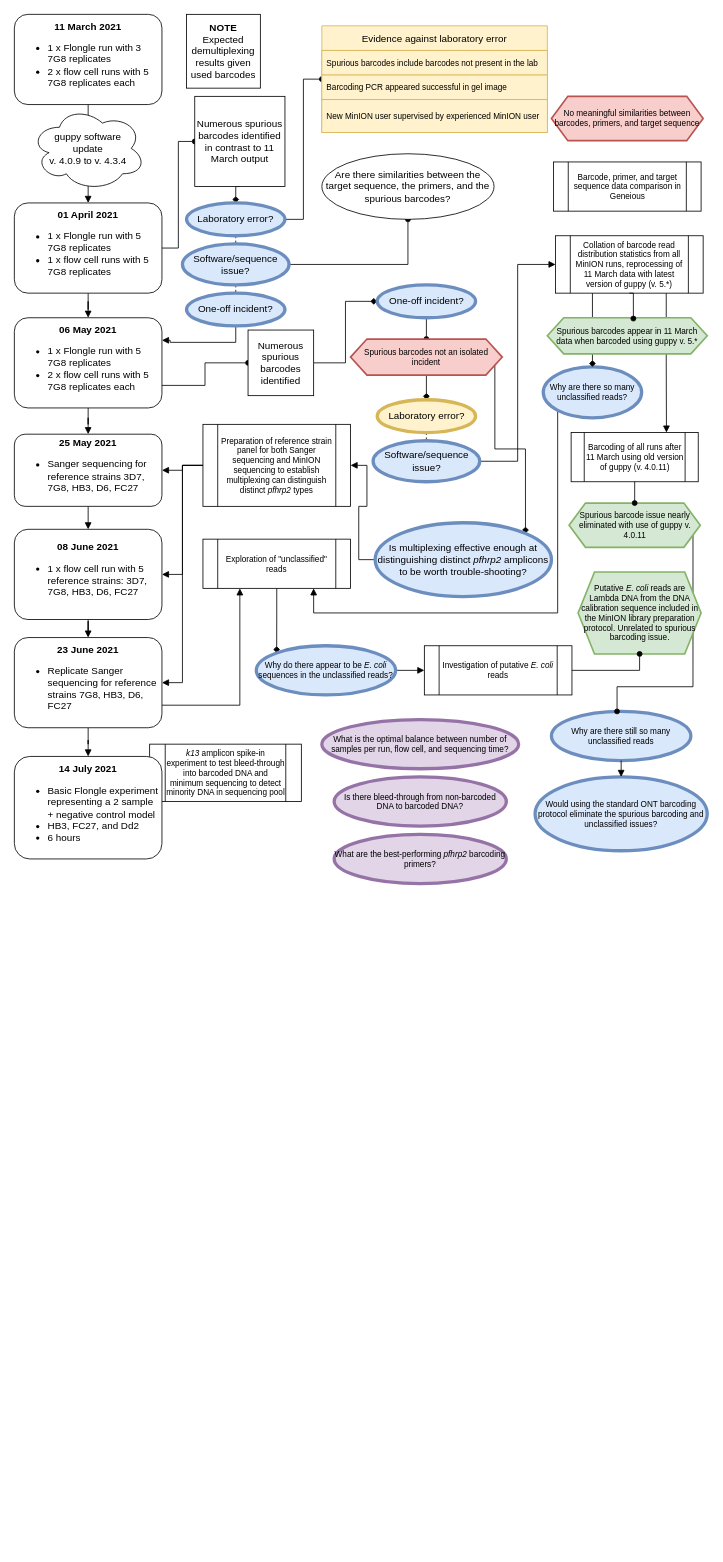
The draw.io diagram 4-reporting/project_decision_tree.drawio in sjsabin/minion_hrp2_project, before the edit. Source tidied: cells renumbered, new cells numbered last; positions are measured from the earlier drawing's top-left corner, leaving out a move shared by most shapes. Both pictures are drawn from the tidied source at 82%, with x=0, y=0 at pixel (14, 14).
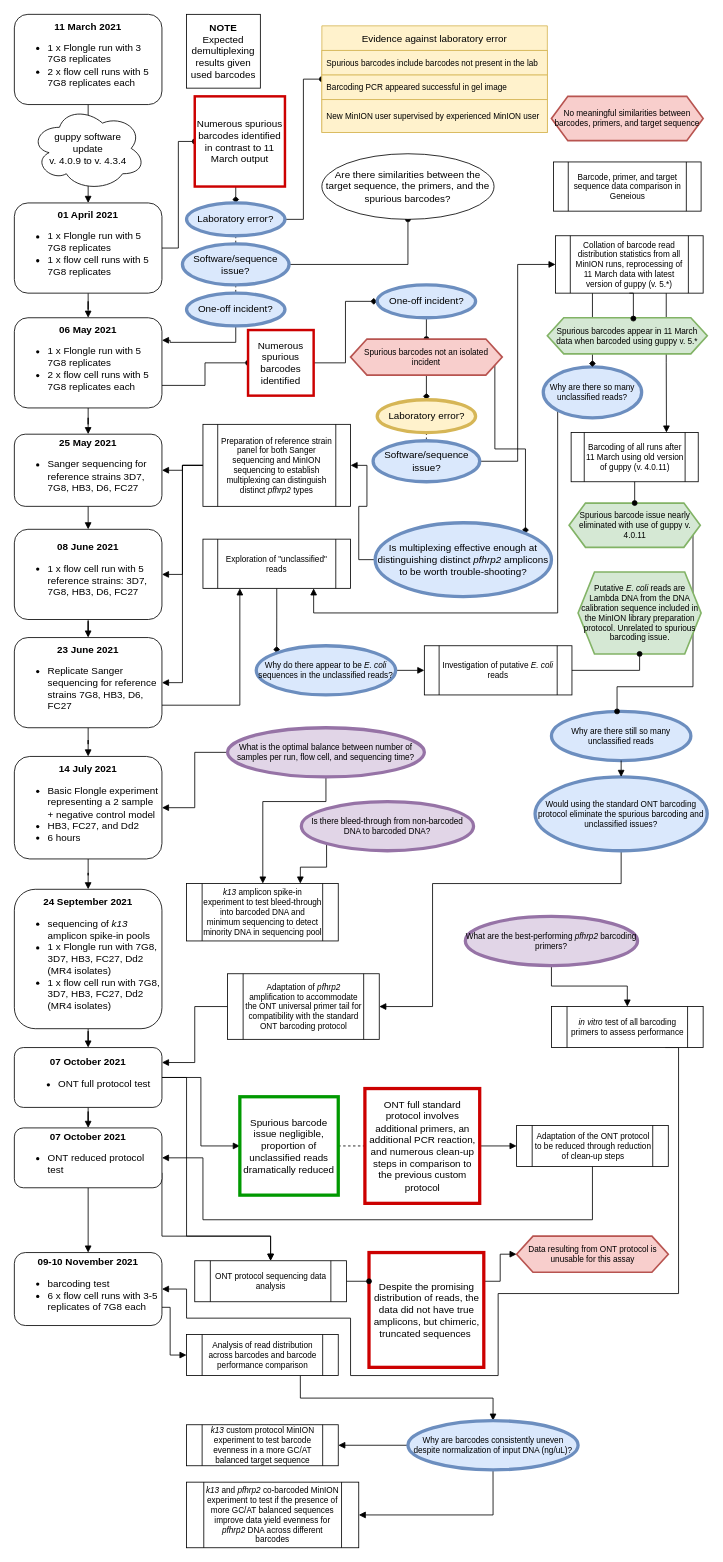
Above is the later version.

Unchanged cells that the change refers to:
```xml
<mxCell id="72" value="Would using the standard ONT barcoding protocol eliminate the spurious barcoding and unclassified issues?" style="ellipse;whiteSpace=wrap;html=1;fontSize=10;fillColor=#dae8fc;strokeColor=#6c8ebf;strokeWidth=4;" parent="1" vertex="1">
  <mxGeometry x="635" y="930" width="210" height="90" as="geometry" />
</mxCell>
<mxCell id="78" value="&lt;div&gt;&lt;b&gt;14 July 2021&lt;/b&gt;&lt;/div&gt;&lt;div align=&quot;left&quot;&gt;&lt;ul&gt;&lt;li&gt;Basic Flongle experiment representing a 2 sample + negative control model&lt;/li&gt;&lt;li&gt;HB3, FC27, and Dd2&lt;/li&gt;&lt;li&gt;6 hours&lt;br&gt;&lt;/li&gt;&lt;/ul&gt;&lt;/div&gt;" style="rounded=1;whiteSpace=wrap;html=1;" parent="1" vertex="1">
  <mxGeometry y="905" width="180" height="125" as="geometry" />
</mxCell>
```

What changed in the source:
```diff
@@
-    <mxCell id="11" value="Numerous spurious barcodes identified in contrast to 11 March output" style="whiteSpace=wrap;html=1;" parent="1" vertex="1">
+    <mxCell id="11" value="Numerous spurious barcodes identified in contrast to 11 March output" style="whiteSpace=wrap;html=1;strokeWidth=3;strokeColor=#CC0000;" parent="1" vertex="1">
       <mxGeometry x="220" y="100" width="110" height="110" as="geometry" />
     </mxCell>
@@
-    <mxCell id="39" value="&lt;div&gt;Numerous spurious barcodes identified &lt;br&gt;&lt;/div&gt;" style="whiteSpace=wrap;html=1;" parent="1" vertex="1">
+    <mxCell id="39" value="&lt;div&gt;Numerous spurious barcodes identified &lt;br&gt;&lt;/div&gt;" style="whiteSpace=wrap;html=1;strokeColor=#CC0000;strokeWidth=3;" parent="1" vertex="1">
       <mxGeometry x="285" y="385" width="80" height="80" as="geometry" />
     </mxCell>
@@
+    <mxCell id="79" style="edgeStyle=orthogonalEdgeStyle;rounded=0;jettySize=auto;html=1;exitX=0.5;exitY=1;exitDx=0;exitDy=0;entryX=1;entryY=0.5;entryDx=0;entryDy=0;fontSize=10;endArrow=block;endFill=1;" parent="1" edge="1" source="72" target="101">
+      <mxGeometry relative="1" as="geometry">
+        <Array as="points">
+          <mxPoint x="740" y="1060" />
+          <mxPoint x="510" y="1060" />
+          <mxPoint x="510" y="1210" />
+        </Array>
+      </mxGeometry>
+    </mxCell>
@@
+    <mxCell id="80" style="edgeStyle=orthogonalEdgeStyle;rounded=0;jettySize=auto;html=1;exitX=0.5;exitY=1;exitDx=0;exitDy=0;fontSize=10;endArrow=block;endFill=1;" parent="1" edge="1" source="74" target="77">
+      <mxGeometry relative="1" as="geometry">
+        <Array as="points">
+          <mxPoint x="380" y="960" />
+          <mxPoint x="303" y="960" />
+        </Array>
+      </mxGeometry>
+    </mxCell>
+    <mxCell id="81" style="edgeStyle=orthogonalEdgeStyle;rounded=0;jettySize=auto;html=1;exitX=0;exitY=0.5;exitDx=0;exitDy=0;entryX=1;entryY=0.5;entryDx=0;entryDy=0;fontSize=10;endArrow=block;endFill=1;" parent="1" edge="1" source="74" target="78">
+      <mxGeometry relative="1" as="geometry" />
+    </mxCell>
     <mxCell id="74" value="What is the optimal balance between number of samples per run, flow cell, and sequencing time?" style="ellipse;whiteSpace=wrap;html=1;fontSize=10;fillColor=#e1d5e7;strokeColor=#9673a6;strokeWidth=4;" parent="1" vertex="1">
-      <mxGeometry x="375" y="860" width="240" height="60" as="geometry" />
+      <mxGeometry x="260" y="870" width="240" height="60" as="geometry" />
     </mxCell>
+    <mxCell id="82" style="edgeStyle=orthogonalEdgeStyle;rounded=0;jettySize=auto;html=1;exitX=0;exitY=1;exitDx=0;exitDy=0;entryX=0.75;entryY=0;entryDx=0;entryDy=0;fontSize=10;endArrow=block;endFill=1;" parent="1" edge="1" source="75" target="77">
+      <mxGeometry relative="1" as="geometry" />
+    </mxCell>
     <mxCell id="75" value="Is there bleed-through from non-barcoded DNA to barcoded DNA?" style="ellipse;whiteSpace=wrap;html=1;fontSize=10;fillColor=#e1d5e7;strokeColor=#9673a6;strokeWidth=4;" parent="1" vertex="1">
-      <mxGeometry x="390" y="930" width="210" height="60" as="geometry" />
+      <mxGeometry x="350" y="960" width="210" height="60" as="geometry" />
     </mxCell>
+    <mxCell id="83" style="edgeStyle=orthogonalEdgeStyle;rounded=0;jettySize=auto;html=1;exitX=0.5;exitY=1;exitDx=0;exitDy=0;entryX=0.5;entryY=0;entryDx=0;entryDy=0;fontSize=10;endArrow=block;endFill=1;" parent="1" edge="1" source="76" target="86">
+      <mxGeometry relative="1" as="geometry" />
+    </mxCell>
     <mxCell id="76" value="What are the best-performing &lt;i&gt;pfhrp2 &lt;/i&gt;barcoding primers?" style="ellipse;whiteSpace=wrap;html=1;fontSize=10;fillColor=#e1d5e7;strokeColor=#9673a6;strokeWidth=4;" parent="1" vertex="1">
-      <mxGeometry x="390" y="1000" width="210" height="60" as="geometry" />
+      <mxGeometry x="550" y="1100" width="210" height="60" as="geometry" />
     </mxCell>
     <mxCell id="77" value="&lt;i&gt;k13 &lt;/i&gt;amplicon spike-in experiment to test bleed-through into barcoded DNA and minimum sequencing to detect minority DNA in sequencing pool " style="shape=process;whiteSpace=wrap;html=1;backgroundOutline=1;fontSize=10;" parent="1" vertex="1">
-      <mxGeometry x="165" y="890" width="185" height="70" as="geometry" />
+      <mxGeometry x="210" y="1060" width="185" height="70" as="geometry" />
     </mxCell>
+    <mxCell id="84" style="edgeStyle=orthogonalEdgeStyle;rounded=0;jettySize=auto;html=1;fontSize=10;endArrow=block;endFill=1;" parent="1" edge="1" source="78" target="88">
+      <mxGeometry relative="1" as="geometry" />
+    </mxCell>
@@
+    <mxCell id="85" style="edgeStyle=orthogonalEdgeStyle;rounded=0;jettySize=auto;html=1;exitX=0.75;exitY=1;exitDx=0;exitDy=0;entryX=1;entryY=0.5;entryDx=0;entryDy=0;fontSize=10;endArrow=block;endFill=1;" parent="1" edge="1" source="86" target="109">
+      <mxGeometry relative="1" as="geometry">
+        <Array as="points">
+          <mxPoint x="810" y="1260" />
+          <mxPoint x="810" y="1560" />
+          <mxPoint x="590" y="1560" />
+          <mxPoint x="590" y="1660" />
+          <mxPoint x="410" y="1660" />
+          <mxPoint x="410" y="1590" />
+          <mxPoint x="210" y="1590" />
+          <mxPoint x="210" y="1555" />
+        </Array>
+      </mxGeometry>
+    </mxCell>
+    <mxCell id="86" value="&lt;i&gt;in vitro &lt;/i&gt;test of all barcoding primers to assess performance&lt;br&gt;&lt;i&gt;&lt;/i&gt;" style="shape=process;whiteSpace=wrap;html=1;backgroundOutline=1;fontSize=10;" parent="1" vertex="1">
+      <mxGeometry x="655" y="1210" width="185" height="50" as="geometry" />
+    </mxCell>
+    <mxCell id="87" style="edgeStyle=orthogonalEdgeStyle;rounded=0;jettySize=auto;html=1;fontSize=10;endArrow=block;endFill=1;" parent="1" edge="1" source="88" target="92">
+      <mxGeometry relative="1" as="geometry" />
+    </mxCell>
+    <mxCell id="88" value="&lt;div&gt;&lt;b&gt;24 September 2021&lt;/b&gt;&lt;/div&gt;&lt;div align=&quot;left&quot;&gt;&lt;ul&gt;&lt;li&gt;sequencing of &lt;i&gt;k13 &lt;/i&gt;amplicon spike-in pools&lt;/li&gt;&lt;li&gt;1 x Flongle run with 7G8, 3D7, HB3, FC27, Dd2 (MR4 isolates)&lt;br&gt;&lt;/li&gt;&lt;li&gt;1 x flow cell run with 7G8, 3D7, HB3, FC27, Dd2 (MR4 isolates)&lt;br&gt;&lt;/li&gt;&lt;/ul&gt;&lt;/div&gt;" style="rounded=1;whiteSpace=wrap;html=1;" parent="1" vertex="1">
+      <mxGeometry y="1067" width="180" height="170" as="geometry" />
+    </mxCell>
+    <mxCell id="89" style="edgeStyle=orthogonalEdgeStyle;rounded=0;jettySize=auto;html=1;fontSize=10;endArrow=block;endFill=1;" parent="1" edge="1" source="92" target="95">
+      <mxGeometry relative="1" as="geometry" />
+    </mxCell>
+    <mxCell id="90" style="edgeStyle=orthogonalEdgeStyle;rounded=0;jettySize=auto;html=1;exitX=1;exitY=0.5;exitDx=0;exitDy=0;entryX=0;entryY=0.5;entryDx=0;entryDy=0;fontSize=10;endArrow=block;endFill=1;" parent="1" edge="1" source="92" target="99">
+      <mxGeometry relative="1" as="geometry" />
+    </mxCell>
+    <mxCell id="91" style="edgeStyle=orthogonalEdgeStyle;rounded=0;jettySize=auto;html=1;exitX=1;exitY=0.5;exitDx=0;exitDy=0;entryX=0.5;entryY=0;entryDx=0;entryDy=0;fontSize=10;endArrow=block;endFill=1;" parent="1" edge="1" source="92" target="107">
+      <mxGeometry relative="1" as="geometry">
+        <Array as="points">
+          <mxPoint x="210" y="1297" />
+          <mxPoint x="210" y="1490" />
+          <mxPoint x="313" y="1490" />
+        </Array>
+      </mxGeometry>
+    </mxCell>
+    <mxCell id="92" value="&lt;div&gt;&lt;b&gt;07 October 2021&lt;/b&gt;&lt;/div&gt;&lt;div align=&quot;left&quot;&gt;&lt;ul&gt;&lt;li&gt;ONT full protocol test&lt;br&gt;&lt;/li&gt;&lt;/ul&gt;&lt;/div&gt;" style="rounded=1;whiteSpace=wrap;html=1;" parent="1" vertex="1">
+      <mxGeometry y="1260" width="180" height="73" as="geometry" />
+    </mxCell>
+    <mxCell id="93" style="edgeStyle=orthogonalEdgeStyle;rounded=0;jettySize=auto;html=1;exitX=1;exitY=0.75;exitDx=0;exitDy=0;entryX=0.5;entryY=0;entryDx=0;entryDy=0;fontSize=10;endArrow=block;endFill=1;" parent="1" edge="1" source="95" target="107">
+      <mxGeometry relative="1" as="geometry">
+        <Array as="points">
+          <mxPoint x="180" y="1490" />
+          <mxPoint x="313" y="1490" />
+        </Array>
+      </mxGeometry>
+    </mxCell>
+    <mxCell id="94" style="edgeStyle=orthogonalEdgeStyle;rounded=0;jettySize=auto;html=1;fontSize=10;endArrow=block;endFill=1;" parent="1" edge="1" source="95" target="109">
+      <mxGeometry relative="1" as="geometry" />
+    </mxCell>
+    <mxCell id="95" value="&lt;div&gt;&lt;b&gt;07 October 2021&lt;/b&gt;&lt;/div&gt;&lt;div align=&quot;left&quot;&gt;&lt;ul&gt;&lt;li&gt;ONT reduced protocol test&lt;br&gt;&lt;/li&gt;&lt;/ul&gt;&lt;/div&gt;" style="rounded=1;whiteSpace=wrap;html=1;" parent="1" vertex="1">
+      <mxGeometry y="1358" width="180" height="73" as="geometry" />
+    </mxCell>
+    <mxCell id="96" style="edgeStyle=orthogonalEdgeStyle;rounded=0;jettySize=auto;html=1;exitX=0.5;exitY=1;exitDx=0;exitDy=0;entryX=1;entryY=0.5;entryDx=0;entryDy=0;fontSize=10;endArrow=block;endFill=1;" parent="1" edge="1" source="97" target="95">
+      <mxGeometry relative="1" as="geometry">
+        <Array as="points">
+          <mxPoint x="705" y="1470" />
+          <mxPoint x="230" y="1470" />
+          <mxPoint x="230" y="1395" />
+        </Array>
+      </mxGeometry>
+    </mxCell>
+    <mxCell id="97" value="Adaptation of the ONT protocol to be reduced through reduction of clean-up steps" style="shape=process;whiteSpace=wrap;html=1;backgroundOutline=1;fontSize=10;" parent="1" vertex="1">
+      <mxGeometry x="612.5" y="1355" width="185" height="50" as="geometry" />
+    </mxCell>
+    <mxCell id="98" style="edgeStyle=orthogonalEdgeStyle;rounded=0;jettySize=auto;html=1;exitX=1;exitY=0.5;exitDx=0;exitDy=0;entryX=0;entryY=0.5;entryDx=0;entryDy=0;fontSize=10;endArrow=none;endFill=0;dashed=1;" parent="1" edge="1" source="99" target="103">
+      <mxGeometry relative="1" as="geometry" />
+    </mxCell>
+    <mxCell id="99" value="Spurious barcode issue negligible, proportion of unclassified reads dramatically reduced" style="whiteSpace=wrap;html=1;strokeColor=#009900;strokeWidth=4;" parent="1" vertex="1">
+      <mxGeometry x="275" y="1320" width="120" height="120" as="geometry" />
+    </mxCell>
+    <mxCell id="100" style="edgeStyle=orthogonalEdgeStyle;rounded=0;jettySize=auto;html=1;exitX=0;exitY=0.5;exitDx=0;exitDy=0;entryX=1;entryY=0.25;entryDx=0;entryDy=0;fontSize=10;endArrow=block;endFill=1;" parent="1" edge="1" source="101" target="92">
+      <mxGeometry relative="1" as="geometry" />
+    </mxCell>
+    <mxCell id="101" value="Adaptation of &lt;i&gt;pfhrp2 &lt;/i&gt;amplification to accommodate the ONT universal primer tail for compatibility with the standard ONT barcoding protocol" style="shape=process;whiteSpace=wrap;html=1;backgroundOutline=1;fontSize=10;" parent="1" vertex="1">
+      <mxGeometry x="260" y="1170" width="185" height="80" as="geometry" />
+    </mxCell>
+    <mxCell id="102" style="edgeStyle=orthogonalEdgeStyle;rounded=0;jettySize=auto;html=1;exitX=1;exitY=0.5;exitDx=0;exitDy=0;entryX=0;entryY=0.5;entryDx=0;entryDy=0;fontSize=10;endArrow=block;endFill=1;" parent="1" edge="1" source="103" target="97">
+      <mxGeometry relative="1" as="geometry" />
+    </mxCell>
+    <mxCell id="103" value="ONT full standard protocol involves additional primers, an additional PCR reaction, and numerous clean-up steps in comparison to the previous custom protocol" style="whiteSpace=wrap;html=1;strokeColor=#CC0000;strokeWidth=4;" parent="1" vertex="1">
+      <mxGeometry x="427.5" y="1310" width="140" height="140" as="geometry" />
+    </mxCell>
+    <mxCell id="104" style="edgeStyle=orthogonalEdgeStyle;rounded=0;jettySize=auto;html=1;exitX=1;exitY=0.25;exitDx=0;exitDy=0;entryX=0;entryY=0.5;entryDx=0;entryDy=0;fontSize=10;endArrow=block;endFill=1;" parent="1" edge="1" source="105" target="110">
+      <mxGeometry relative="1" as="geometry" />
+    </mxCell>
+    <mxCell id="105" value="Despite the promising distribution of reads, the data did not have true amplicons, but chimeric, truncated sequences&amp;nbsp; " style="whiteSpace=wrap;html=1;strokeColor=#CC0000;strokeWidth=4;" parent="1" vertex="1">
+      <mxGeometry x="432.5" y="1510" width="140" height="140" as="geometry" />
+    </mxCell>
+    <mxCell id="106" style="edgeStyle=orthogonalEdgeStyle;rounded=0;jettySize=auto;html=1;exitX=1;exitY=0.5;exitDx=0;exitDy=0;entryX=0;entryY=0.25;entryDx=0;entryDy=0;fontSize=10;endArrow=oval;endFill=1;" parent="1" edge="1" source="107" target="105">
+      <mxGeometry relative="1" as="geometry" />
+    </mxCell>
+    <mxCell id="107" value="ONT protocol sequencing data analysis" style="shape=process;whiteSpace=wrap;html=1;backgroundOutline=1;fontSize=10;" parent="1" vertex="1">
+      <mxGeometry x="220" y="1520" width="185" height="50" as="geometry" />
+    </mxCell>
+    <mxCell id="108" style="edgeStyle=orthogonalEdgeStyle;rounded=0;jettySize=auto;html=1;exitX=1;exitY=0.75;exitDx=0;exitDy=0;entryX=0;entryY=0.5;entryDx=0;entryDy=0;fontSize=10;endArrow=block;endFill=1;" parent="1" edge="1" source="109" target="112">
+      <mxGeometry relative="1" as="geometry">
+        <Array as="points">
+          <mxPoint x="190" y="1577" />
+          <mxPoint x="190" y="1635" />
+        </Array>
+      </mxGeometry>
+    </mxCell>
+    <mxCell id="109" value="&lt;div&gt;&lt;b&gt;09-10 November 2021&lt;/b&gt;&lt;/div&gt;&lt;div align=&quot;left&quot;&gt;&lt;ul&gt;&lt;li&gt;barcoding test&lt;/li&gt;&lt;li&gt;6 x flow cell runs with 3-5 replicates of 7G8 each&lt;br&gt;&lt;/li&gt;&lt;/ul&gt;&lt;/div&gt;" style="rounded=1;whiteSpace=wrap;html=1;" parent="1" vertex="1">
+      <mxGeometry y="1510" width="180" height="89" as="geometry" />
+    </mxCell>
+    <mxCell id="110" value="Data resulting from ONT protocol is unusable for this assay" style="shape=hexagon;perimeter=hexagonPerimeter2;whiteSpace=wrap;html=1;fixedSize=1;fontSize=10;strokeWidth=2;fillColor=#f8cecc;strokeColor=#b85450;" parent="1" vertex="1">
+      <mxGeometry x="612.5" y="1490" width="185" height="44" as="geometry" />
+    </mxCell>
+    <mxCell id="111" style="edgeStyle=orthogonalEdgeStyle;rounded=0;jettySize=auto;html=1;exitX=0.75;exitY=1;exitDx=0;exitDy=0;entryX=0.5;entryY=0;entryDx=0;entryDy=0;fontSize=10;endArrow=block;endFill=1;" parent="1" edge="1" source="112" target="115">
+      <mxGeometry relative="1" as="geometry" />
+    </mxCell>
+    <mxCell id="112" value="Analysis of read distribution across barcodes and barcode performance comparison" style="shape=process;whiteSpace=wrap;html=1;backgroundOutline=1;fontSize=10;" parent="1" vertex="1">
+      <mxGeometry x="210" y="1610" width="185" height="50" as="geometry" />
+    </mxCell>
+    <mxCell id="113" style="edgeStyle=orthogonalEdgeStyle;rounded=0;jettySize=auto;html=1;exitX=0;exitY=0.5;exitDx=0;exitDy=0;entryX=1;entryY=0.5;entryDx=0;entryDy=0;fontSize=10;endArrow=block;endFill=1;" parent="1" edge="1" source="115" target="116">
+      <mxGeometry relative="1" as="geometry" />
+    </mxCell>
+    <mxCell id="114" style="edgeStyle=orthogonalEdgeStyle;rounded=0;jettySize=auto;html=1;exitX=0.5;exitY=1;exitDx=0;exitDy=0;entryX=1;entryY=0.5;entryDx=0;entryDy=0;fontSize=10;endArrow=block;endFill=1;" parent="1" edge="1" source="115" target="117">
+      <mxGeometry relative="1" as="geometry" />
+    </mxCell>
+    <mxCell id="115" value="Why are barcodes consistently uneven despite normalization of input DNA (ng/uL)?" style="ellipse;whiteSpace=wrap;html=1;fontSize=10;fillColor=#dae8fc;strokeColor=#6c8ebf;strokeWidth=4;" parent="1" vertex="1">
+      <mxGeometry x="480" y="1715" width="207.5" height="60" as="geometry" />
+    </mxCell>
+    <mxCell id="116" value="&lt;i&gt;k13 &lt;/i&gt;custom protocol MinION experiment to test barcode evenness in a more GC/AT balanced target sequence" style="shape=process;whiteSpace=wrap;html=1;backgroundOutline=1;fontSize=10;" parent="1" vertex="1">
+      <mxGeometry x="210" y="1720" width="185" height="50" as="geometry" />
+    </mxCell>
+    <mxCell id="117" value="&lt;i&gt;k13 &lt;/i&gt;and &lt;i&gt;pfhrp2 &lt;/i&gt;co-barcoded MinION experiment to test if the presence of more GC/AT balanced sequences improve data yield evenness for &lt;i&gt;pfhrp2 &lt;/i&gt;DNA across different barcodes" style="shape=process;whiteSpace=wrap;html=1;backgroundOutline=1;fontSize=10;" parent="1" vertex="1">
+      <mxGeometry x="210" y="1790" width="210" height="80" as="geometry" />
+    </mxCell>
```
